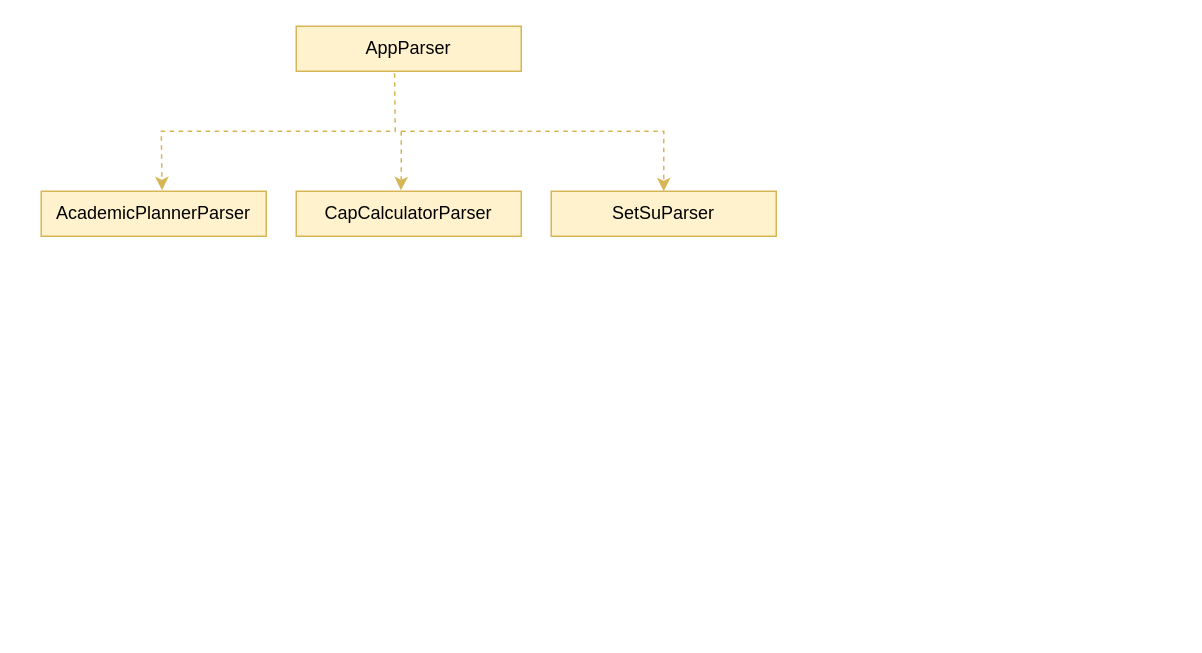
This is docs/base/Parser_architecture.drawio from vanessa-kang/tp, a draw.io file, before an edit. Source tidied: cells renumbered, new cells numbered last; positions are measured from the earlier drawing's top-left corner, leaving out a move shared by most shapes. Both pictures are drawn from the tidied source at 150%, with x=0, y=0 at pixel (40, 26).
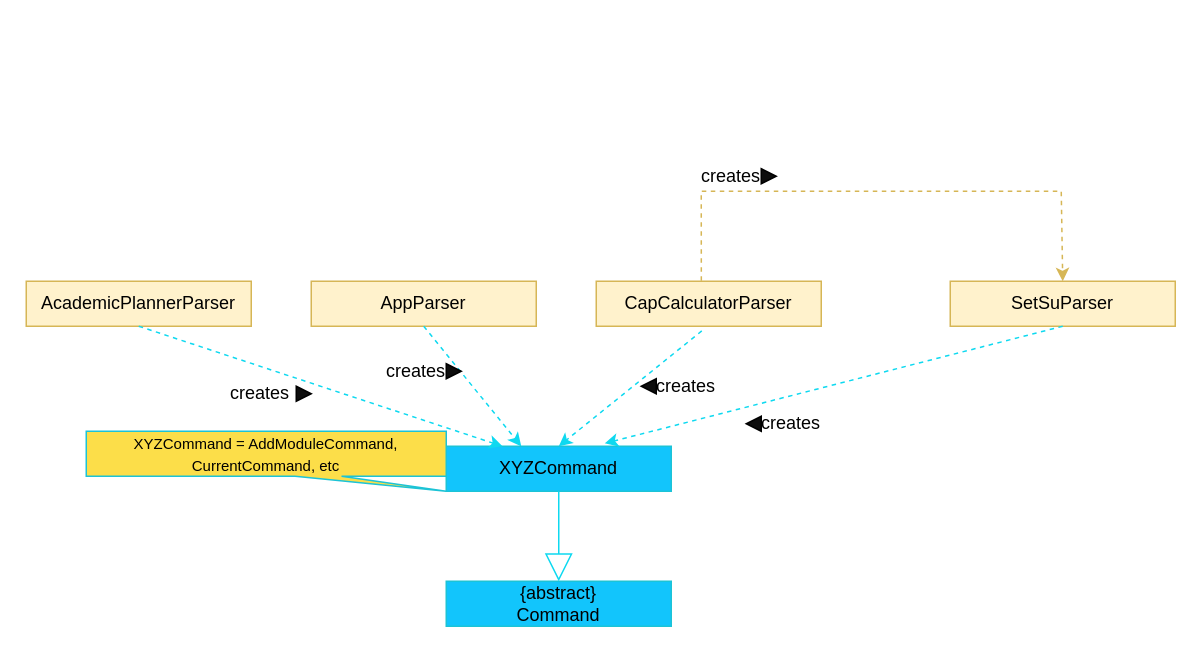
The same page after the edit.

Commit message (it also covers changes not shown here):
Update sequence diagram and parser architecture

The edit, as a diff of the source:
```diff
@@
     <mxCell id="2" value="AppParser" style="rounded=0;whiteSpace=wrap;html=1;fillColor=#fff2cc;strokeColor=#d6b656;" parent="1" vertex="1">
-      <mxGeometry x="170" width="150" height="30" as="geometry" />
+      <mxGeometry x="180" y="170" width="150" height="30" as="geometry" />
     </mxCell>
     <mxCell id="3" value="AcademicPlannerParser" style="rounded=0;whiteSpace=wrap;html=1;fillColor=#fff2cc;strokeColor=#d6b656;" parent="1" vertex="1">
-      <mxGeometry y="110" width="150" height="30" as="geometry" />
+      <mxGeometry x="-10" y="170" width="150" height="30" as="geometry" />
     </mxCell>
     <mxCell id="4" value="CapCalculatorParser" style="rounded=0;whiteSpace=wrap;html=1;fillColor=#fff2cc;strokeColor=#d6b656;" parent="1" vertex="1">
-      <mxGeometry x="170" y="110" width="150" height="30" as="geometry" />
+      <mxGeometry x="370" y="170" width="150" height="30" as="geometry" />
     </mxCell>
     <mxCell id="5" value="SetSuParser" style="rounded=0;whiteSpace=wrap;html=1;fillColor=#fff2cc;strokeColor=#d6b656;" parent="1" vertex="1">
-      <mxGeometry x="340" y="110" width="150" height="30" as="geometry" />
+      <mxGeometry x="606" y="170" width="150" height="30" as="geometry" />
     </mxCell>
-    <mxCell id="6" style="endArrow=classic;html=1;dashed=1;rounded=0;entryX=0.537;entryY=-0.022;entryDx=0;entryDy=0;fillColor=#fff2cc;strokeColor=#d6b656;exitX=0.437;exitY=1.047;exitDx=0;exitDy=0;exitPerimeter=0;entryPerimeter=0;" parent="1" edge="1" source="2" target="3">
-      <mxGeometry relative="1" as="geometry">
-        <Array as="points">
-          <mxPoint x="236" y="70" />
-          <mxPoint x="80" y="70" />
-        </Array>
-      </mxGeometry>
-    </mxCell>
-    <mxCell id="7" style="endArrow=classic;html=1;dashed=1;entryX=0.465;entryY=-0.02;entryDx=0;entryDy=0;rounded=0;fillColor=#fff2cc;strokeColor=#d6b656;entryPerimeter=0;" parent="1" edge="1" target="4">
-      <mxGeometry relative="1" as="geometry">
-        <mxPoint x="240" y="70" as="sourcePoint" />
-        <Array as="points">
-          <mxPoint x="240" y="100" />
-        </Array>
-      </mxGeometry>
-    </mxCell>
-    <mxCell id="8" style="endArrow=classic;html=1;dashed=1;entryX=0.5;entryY=0;entryDx=0;entryDy=0;rounded=0;fillColor=#fff2cc;strokeColor=#d6b656;" parent="1" edge="1" target="5">
+    <mxCell id="8" style="endArrow=classic;html=1;dashed=1;entryX=0.5;entryY=0;entryDx=0;entryDy=0;rounded=0;fillColor=#fff2cc;strokeColor=#d6b656;exitX=0.467;exitY=-0.012;exitDx=0;exitDy=0;exitPerimeter=0;" parent="1" edge="1" source="4" target="5">
       <mxGeometry relative="1" as="geometry">
-        <mxPoint x="240" y="70" as="sourcePoint" />
         <Array as="points">
-          <mxPoint x="320" y="70" />
-          <mxPoint x="415" y="70" />
+          <mxPoint x="440" y="110" />
+          <mxPoint x="680" y="110" />
         </Array>
       </mxGeometry>
     </mxCell>
+    <mxCell id="9" value="XYZCommand" style="rounded=0;whiteSpace=wrap;html=1;fillColor=#12C5FC;strokeColor=#1CC3D6;" parent="1" vertex="1">
+      <mxGeometry x="270" y="280" width="150" height="30" as="geometry" />
+    </mxCell>
+    <mxCell id="10" style="endArrow=classic;html=1;dashed=1;entryX=0.5;entryY=0;entryDx=0;entryDy=0;rounded=0;fillColor=#12E7FF;strokeColor=#0ED9F0;exitX=0.469;exitY=1.104;exitDx=0;exitDy=0;exitPerimeter=0;" parent="1" edge="1" source="4" target="9">
+      <mxGeometry relative="1" as="geometry" />
+    </mxCell>
+    <mxCell id="11" style="endArrow=classic;html=1;dashed=1;entryX=0.704;entryY=-0.064;entryDx=0;entryDy=0;rounded=0;fillColor=#12E7FF;strokeColor=#0ED9F0;exitX=0.5;exitY=1;exitDx=0;exitDy=0;entryPerimeter=0;" parent="1" edge="1" source="5" target="9">
+      <mxGeometry relative="1" as="geometry" />
+    </mxCell>
+    <mxCell id="12" style="endArrow=classic;html=1;dashed=1;entryX=0.5;entryY=0;entryDx=0;entryDy=0;rounded=0;fillColor=#12E7FF;strokeColor=#0ED9F0;exitX=0.5;exitY=1;exitDx=0;exitDy=0;" parent="1" edge="1" source="2">
+      <mxGeometry relative="1" as="geometry">
+        <mxPoint x="320" y="280" as="targetPoint" />
+      </mxGeometry>
+    </mxCell>
+    <mxCell id="13" style="endArrow=classic;html=1;dashed=1;entryX=0.25;entryY=0;entryDx=0;entryDy=0;rounded=0;fillColor=#12E7FF;strokeColor=#0ED9F0;exitX=0.5;exitY=1;exitDx=0;exitDy=0;" parent="1" edge="1" source="3" target="9">
+      <mxGeometry relative="1" as="geometry" />
+    </mxCell>
+    <mxCell id="14" style="triangle;whiteSpace=wrap;html=1;fillColor=#0D0D0D;" parent="1" vertex="1">
+      <mxGeometry x="170" y="240" width="10" height="10" as="geometry" />
+    </mxCell>
+    <mxCell id="15" value="creates" style="text;html=1;strokeColor=none;fillColor=none;align=center;verticalAlign=middle;whiteSpace=wrap;rounded=0;" parent="1" vertex="1">
+      <mxGeometry x="126" y="235" width="40" height="20" as="geometry" />
+    </mxCell>
+    <mxCell id="16" value="creates" style="text;html=1;strokeColor=none;fillColor=none;align=center;verticalAlign=middle;whiteSpace=wrap;rounded=0;" parent="1" vertex="1">
+      <mxGeometry x="440" y="90" width="40" height="20" as="geometry" />
+    </mxCell>
+    <mxCell id="17" value="creates" style="text;html=1;strokeColor=none;fillColor=none;align=center;verticalAlign=middle;whiteSpace=wrap;rounded=0;" parent="1" vertex="1">
+      <mxGeometry x="480" y="255" width="40" height="20" as="geometry" />
+    </mxCell>
+    <mxCell id="18" value="creates" style="text;html=1;strokeColor=none;fillColor=none;align=center;verticalAlign=middle;whiteSpace=wrap;rounded=0;" parent="1" vertex="1">
+      <mxGeometry x="410" y="230" width="40" height="20" as="geometry" />
+    </mxCell>
+    <mxCell id="19" value="creates" style="text;html=1;strokeColor=none;fillColor=none;align=center;verticalAlign=middle;whiteSpace=wrap;rounded=0;" parent="1" vertex="1">
+      <mxGeometry x="230" y="220" width="40" height="20" as="geometry" />
+    </mxCell>
+    <mxCell id="20" style="triangle;whiteSpace=wrap;html=1;fillColor=#0D0D0D;" parent="1" vertex="1">
+      <mxGeometry x="480" y="95" width="10" height="10" as="geometry" />
+    </mxCell>
+    <mxCell id="21" style="triangle;whiteSpace=wrap;html=1;fillColor=#0D0D0D;rotation=-180;" parent="1" vertex="1">
+      <mxGeometry x="470" y="260" width="10" height="10" as="geometry" />
+    </mxCell>
+    <mxCell id="22" style="triangle;whiteSpace=wrap;html=1;fillColor=#0D0D0D;rotation=-180;" parent="1" vertex="1">
+      <mxGeometry x="400" y="235" width="10" height="10" as="geometry" />
+    </mxCell>
+    <mxCell id="23" style="triangle;whiteSpace=wrap;html=1;fillColor=#0D0D0D;" parent="1" vertex="1">
+      <mxGeometry x="270" y="225" width="10" height="10" as="geometry" />
+    </mxCell>
+    <mxCell id="24" value="{abstract}&lt;br&gt;Command" style="rounded=0;whiteSpace=wrap;html=1;fillColor=#12C5FC;strokeColor=#1CC3D6;" parent="1" vertex="1">
+      <mxGeometry x="270" y="370" width="150" height="30" as="geometry" />
+    </mxCell>
+    <mxCell id="25" style="endArrow=block;endSize=16;endFill=0;html=1;strokeColor=#0ED9F0;fillColor=#12E7FF;exitX=0.5;exitY=1;exitDx=0;exitDy=0;" parent="1" edge="1" source="9" target="24">
+      <mxGeometry relative="1" as="geometry" />
+    </mxCell>
+    <mxCell id="26" value="&lt;font style=&quot;font-size: 10px&quot;&gt;XYZCommand = AddModuleCommand, CurrentCommand, etc&lt;/font&gt;" style="shape=callout;whiteSpace=wrap;html=1;perimeter=calloutPerimeter;strokeColor=#1CC3D6;fillColor=#FCDE49;rotation=0;base=31;size=10;position=0.58;position2=1;" parent="1" vertex="1">
+      <mxGeometry x="30" y="270" width="240" height="40" as="geometry" />
+    </mxCell>
```
